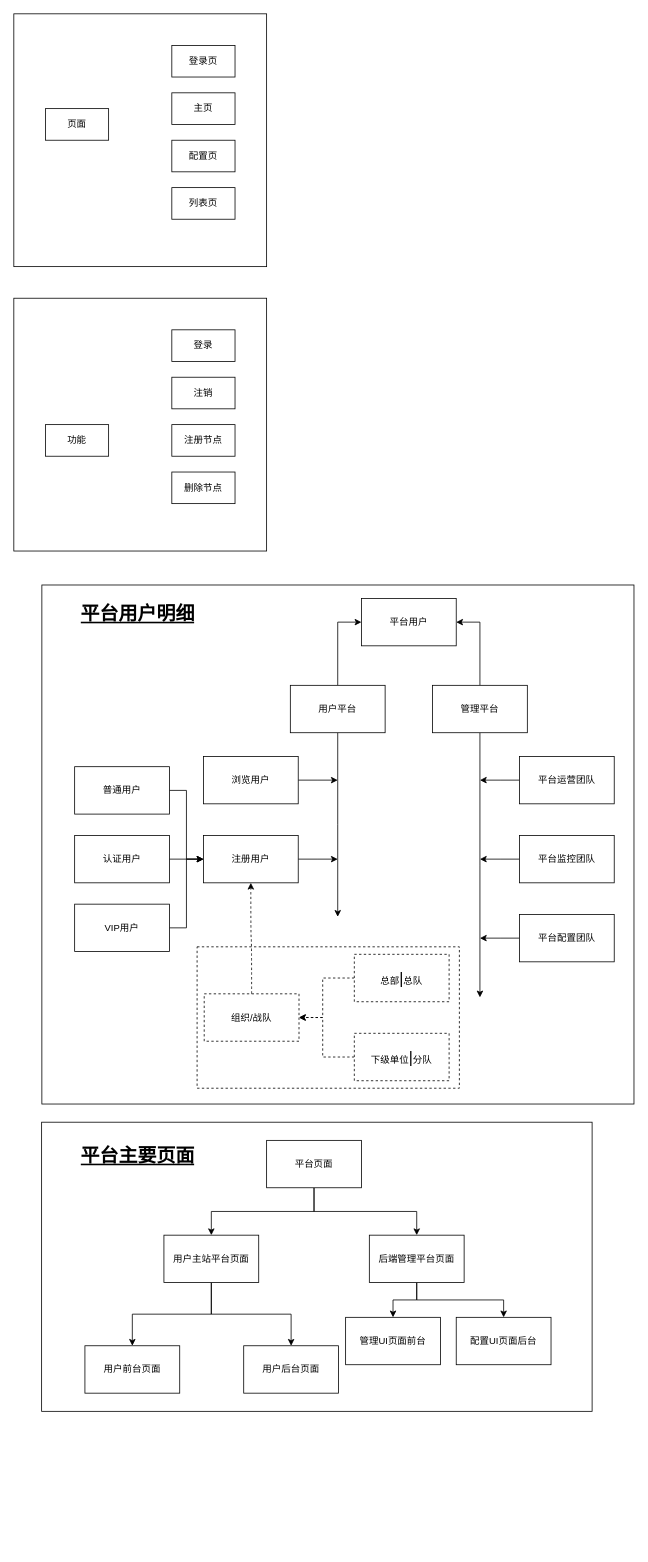
Yaoisss/Harmbook-Project-Docments keeps this draw.io diagram as v0.1/v0.1.drawio. Above is the earlier version. Source tidied: cells renumbered, new cells numbered last; positions are measured from the earlier drawing's top-left corner, leaving out a move shared by most shapes. Both pictures are drawn from the tidied source at 79%, with x=0, y=0 at pixel (13, 13).
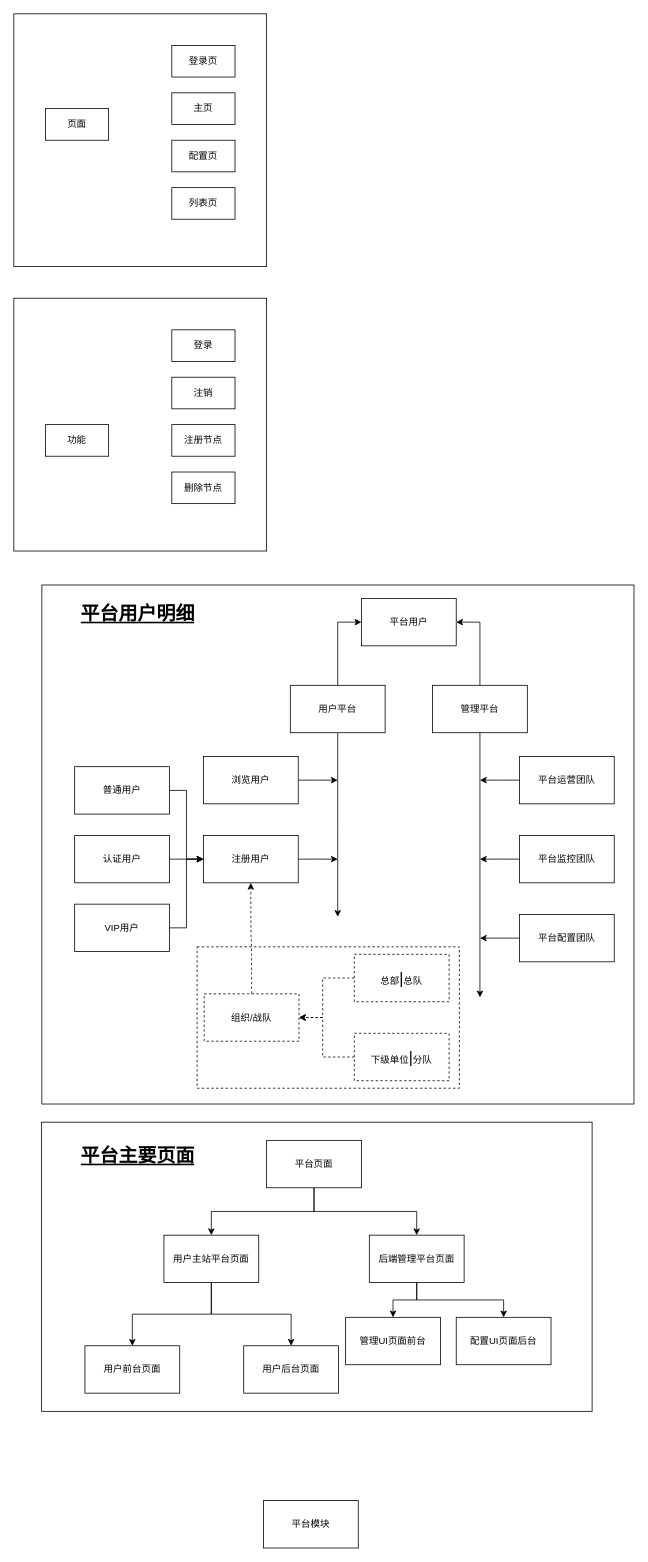
The same page after the edit.

The edit, as a diff of the source:
```diff
@@
+    <mxCell id="61" value="平台模块" style="rounded=0;whiteSpace=wrap;html=1;" parent="1" vertex="1">
+      <mxGeometry x="316" y="1882" width="120" height="60" as="geometry" />
+    </mxCell>
```
